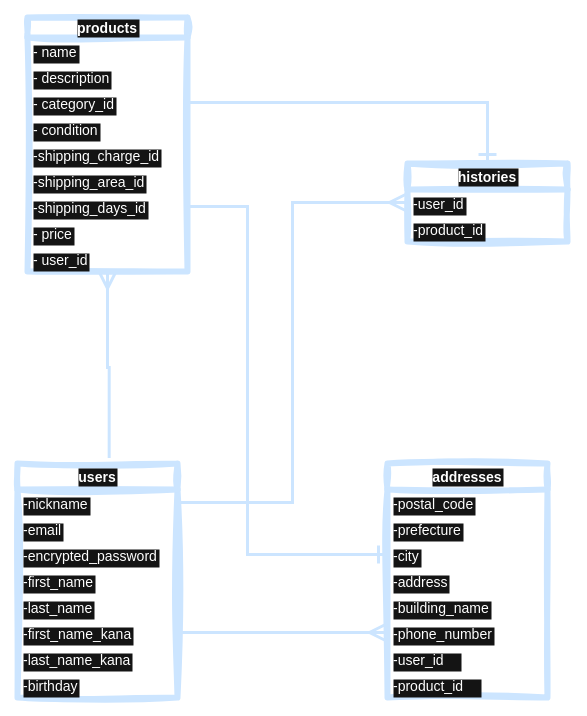
This is furima.dio from ganaha-mikoto/furima-40447, a draw.io file, before an edit. Source tidied: cells renumbered, new cells numbered last; positions are measured from the earlier drawing's top-left corner, leaving out a move shared by most shapes. Both pictures are drawn from the tidied source at 100%, with x=0, y=0 at pixel (17, 17).
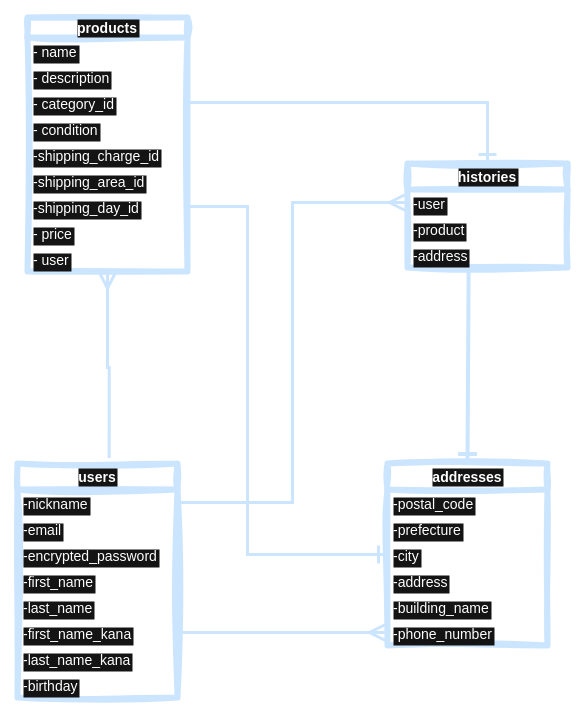
Above is the later version.

Commit message (it also covers changes not shown here):
カラムの変更とhistoriesテーブルの紐付け

usersテーブルのpurchasers  テーブルのアソシエーションの削除
active_hashのカラム名を単数形に変更
belongs_toやhas_oneの後を単数形に変更
histories テーブルとaddresses テーブルを紐づけとhistories テーブルとaddresses テーブルにアソシエーションの修正

The change refers to these unchanged cells:
```xml
<mxCell id="22" value="products" style="swimlane;fontStyle=1;horizontal=1;startSize=20;shadow=0;labelBackgroundColor=#141414;labelBorderColor=none;sketch=1;hachureGap=4;jiggle=2;curveFitting=1;strokeColor=#CCE5FF;strokeWidth=6;fontFamily=Helvetica;fontSize=14;fontColor=#FFFFFF;fillColor=#FFFFFF;html=0;" parent="2" vertex="1">
  <mxGeometry x="10" width="160" height="254" as="geometry" />
</mxCell>
```

What changed in the source:
```diff
@@
+    <mxCell id="39" style="edgeStyle=none;sketch=0;hachureGap=4;jiggle=2;curveFitting=1;html=1;exitX=0.5;exitY=0;exitDx=0;exitDy=0;entryX=0.382;entryY=1.092;entryDx=0;entryDy=0;entryPerimeter=0;strokeWidth=4;fontFamily=Architects Daughter;fontSize=16;startArrow=ERone;startFill=0;endArrow=none;endFill=0;endSize=14;strokeColor=#cce5ff;startSize=14;" parent="1" edge="1" source="12" target="40">
+      <mxGeometry relative="1" as="geometry" />
+    </mxCell>
@@
     <mxCell id="12" value="addresses" style="swimlane;fontStyle=1;horizontal=1;startSize=26;shadow=0;labelBackgroundColor=#141414;labelBorderColor=none;sketch=1;hachureGap=4;jiggle=2;curveFitting=1;strokeColor=#CCE5FF;strokeWidth=6;fontFamily=Helvetica;fontSize=14;fontColor=#FFFFFF;fillColor=#FFFFFF;html=0;" parent="2" vertex="1">
-      <mxGeometry x="370" y="446" width="160" height="234" as="geometry" />
+      <mxGeometry x="370" y="446" width="160" height="182" as="geometry" />
     </mxCell>
@@
-    <mxCell id="19" value="-user_id    " style="text;strokeColor=none;fillColor=none;align=left;verticalAlign=top;spacingLeft=4;spacingRight=4;overflow=hidden;shadow=0;labelBackgroundColor=#141414;labelBorderColor=none;sketch=1;hachureGap=4;jiggle=2;curveFitting=1;strokeWidth=6;fontFamily=Helvetica;fontSize=14;fontColor=#FFFFFF;html=0;" parent="12" vertex="1">
-      <mxGeometry y="182" width="160" height="26" as="geometry" />
-    </mxCell>
-    <mxCell id="20" value="-product_id    " style="text;strokeColor=none;fillColor=none;align=left;verticalAlign=top;spacingLeft=4;spacingRight=4;overflow=hidden;shadow=0;labelBackgroundColor=#141414;labelBorderColor=none;sketch=1;hachureGap=4;jiggle=2;curveFitting=1;strokeWidth=6;fontFamily=Helvetica;fontSize=14;fontColor=#FFFFFF;html=0;" parent="12" vertex="1">
-      <mxGeometry y="208" width="160" height="26" as="geometry" />
-    </mxCell>
@@
-    <mxCell id="29" value="-shipping_days_id" style="text;strokeColor=none;fillColor=none;align=left;verticalAlign=top;spacingLeft=4;spacingRight=4;overflow=hidden;points=[[0,0.5],[1,0.5]];portConstraint=eastwest;shadow=0;labelBackgroundColor=#141414;labelBorderColor=none;sketch=1;hachureGap=4;jiggle=2;curveFitting=1;strokeWidth=6;fontFamily=Helvetica;fontSize=14;fontColor=#FFFFFF;html=0;" parent="22" vertex="1">
+    <mxCell id="29" value="-shipping_day_id" style="text;strokeColor=none;fillColor=none;align=left;verticalAlign=top;spacingLeft=4;spacingRight=4;overflow=hidden;points=[[0,0.5],[1,0.5]];portConstraint=eastwest;shadow=0;labelBackgroundColor=#141414;labelBorderColor=none;sketch=1;hachureGap=4;jiggle=2;curveFitting=1;strokeWidth=6;fontFamily=Helvetica;fontSize=14;fontColor=#FFFFFF;html=0;" parent="22" vertex="1">
       <mxGeometry y="176" width="160" height="26" as="geometry" />
     </mxCell>
@@
-    <mxCell id="31" value="- user_id" style="text;strokeColor=none;fillColor=none;align=left;verticalAlign=top;spacingLeft=4;spacingRight=4;overflow=hidden;shadow=0;labelBackgroundColor=#141414;labelBorderColor=none;sketch=1;hachureGap=4;jiggle=2;curveFitting=1;strokeWidth=6;fontFamily=Helvetica;fontSize=14;fontColor=#FFFFFF;html=0;" parent="22" vertex="1">
+    <mxCell id="31" value="- user" style="text;strokeColor=none;fillColor=none;align=left;verticalAlign=top;spacingLeft=4;spacingRight=4;overflow=hidden;shadow=0;labelBackgroundColor=#141414;labelBorderColor=none;sketch=1;hachureGap=4;jiggle=2;curveFitting=1;strokeWidth=6;fontFamily=Helvetica;fontSize=14;fontColor=#FFFFFF;html=0;" parent="22" vertex="1">
       <mxGeometry y="228" width="160" height="26" as="geometry" />
     </mxCell>
     <mxCell id="32" value="histories" style="swimlane;fontStyle=1;horizontal=1;startSize=26;shadow=0;labelBackgroundColor=#141414;labelBorderColor=none;sketch=1;hachureGap=4;jiggle=2;curveFitting=1;strokeColor=#CCE5FF;strokeWidth=6;fontFamily=Helvetica;fontSize=14;fontColor=#FFFFFF;fillColor=#FFFFFF;html=0;" parent="2" vertex="1">
-      <mxGeometry x="390" y="146" width="160" height="78" as="geometry" />
+      <mxGeometry x="390" y="146" width="160" height="104" as="geometry" />
     </mxCell>
-    <mxCell id="33" value="-user_id" style="text;strokeColor=none;fillColor=none;align=left;verticalAlign=top;spacingLeft=4;spacingRight=4;overflow=hidden;points=[[0,0.5],[1,0.5]];portConstraint=eastwest;shadow=0;labelBackgroundColor=#141414;labelBorderColor=none;sketch=1;hachureGap=4;jiggle=2;curveFitting=1;strokeWidth=6;fontFamily=Helvetica;fontSize=14;fontColor=#FFFFFF;html=0;" parent="32" vertex="1">
+    <mxCell id="33" value="-user" style="text;strokeColor=none;fillColor=none;align=left;verticalAlign=top;spacingLeft=4;spacingRight=4;overflow=hidden;points=[[0,0.5],[1,0.5]];portConstraint=eastwest;shadow=0;labelBackgroundColor=#141414;labelBorderColor=none;sketch=1;hachureGap=4;jiggle=2;curveFitting=1;strokeWidth=6;fontFamily=Helvetica;fontSize=14;fontColor=#FFFFFF;html=0;" parent="32" vertex="1">
       <mxGeometry y="26" width="160" height="26" as="geometry" />
     </mxCell>
-    <mxCell id="34" value="-product_id" style="text;strokeColor=none;fillColor=none;align=left;verticalAlign=top;spacingLeft=4;spacingRight=4;overflow=hidden;shadow=0;labelBackgroundColor=#141414;labelBorderColor=none;sketch=1;hachureGap=4;jiggle=2;curveFitting=1;strokeWidth=6;fontFamily=Helvetica;fontSize=14;fontColor=#FFFFFF;html=0;" parent="32" vertex="1">
+    <mxCell id="34" value="-product" style="text;strokeColor=none;fillColor=none;align=left;verticalAlign=top;spacingLeft=4;spacingRight=4;overflow=hidden;shadow=0;labelBackgroundColor=#141414;labelBorderColor=none;sketch=1;hachureGap=4;jiggle=2;curveFitting=1;strokeWidth=6;fontFamily=Helvetica;fontSize=14;fontColor=#FFFFFF;html=0;" parent="32" vertex="1">
       <mxGeometry y="52" width="160" height="26" as="geometry" />
     </mxCell>
+    <mxCell id="40" value="-address" style="text;strokeColor=none;fillColor=none;align=left;verticalAlign=top;spacingLeft=4;spacingRight=4;overflow=hidden;points=[[0,0.5],[1,0.5]];portConstraint=eastwest;shadow=0;labelBackgroundColor=#141414;labelBorderColor=none;sketch=1;hachureGap=4;jiggle=2;curveFitting=1;strokeWidth=6;fontFamily=Helvetica;fontSize=14;fontColor=#FFFFFF;html=0;" parent="32" vertex="1">
+      <mxGeometry y="78" width="160" height="26" as="geometry" />
+    </mxCell>
```
